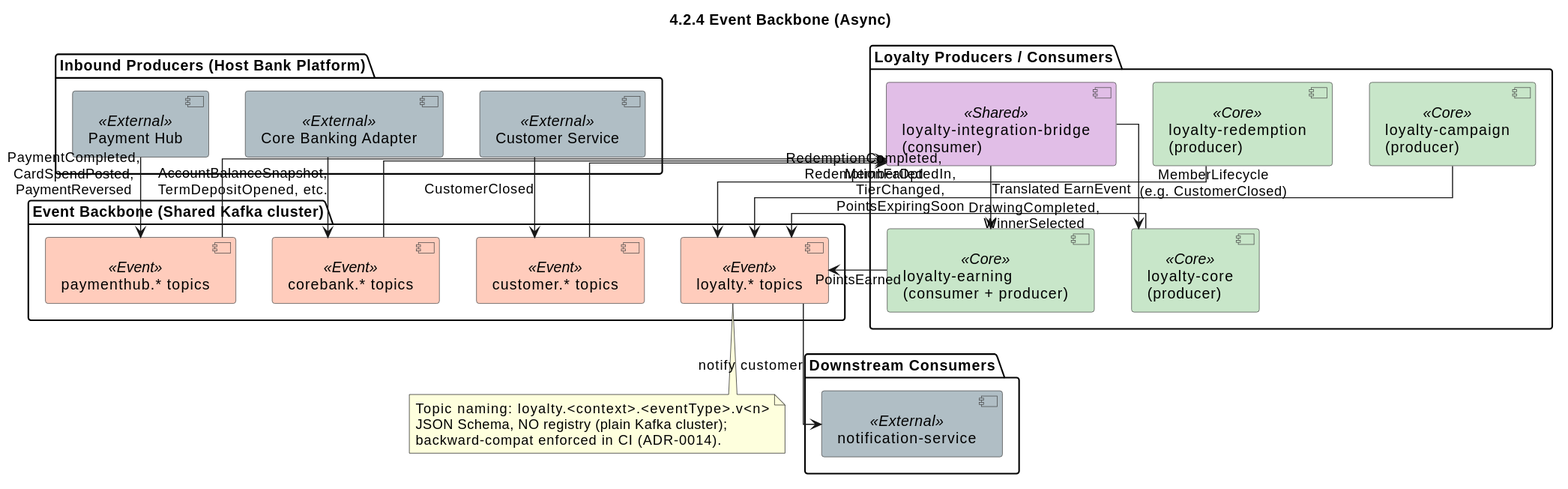
The PlantUML diagram images/LoyaltyEventBackbone.svg in batnam/rochallor-loyalty, before a commit.
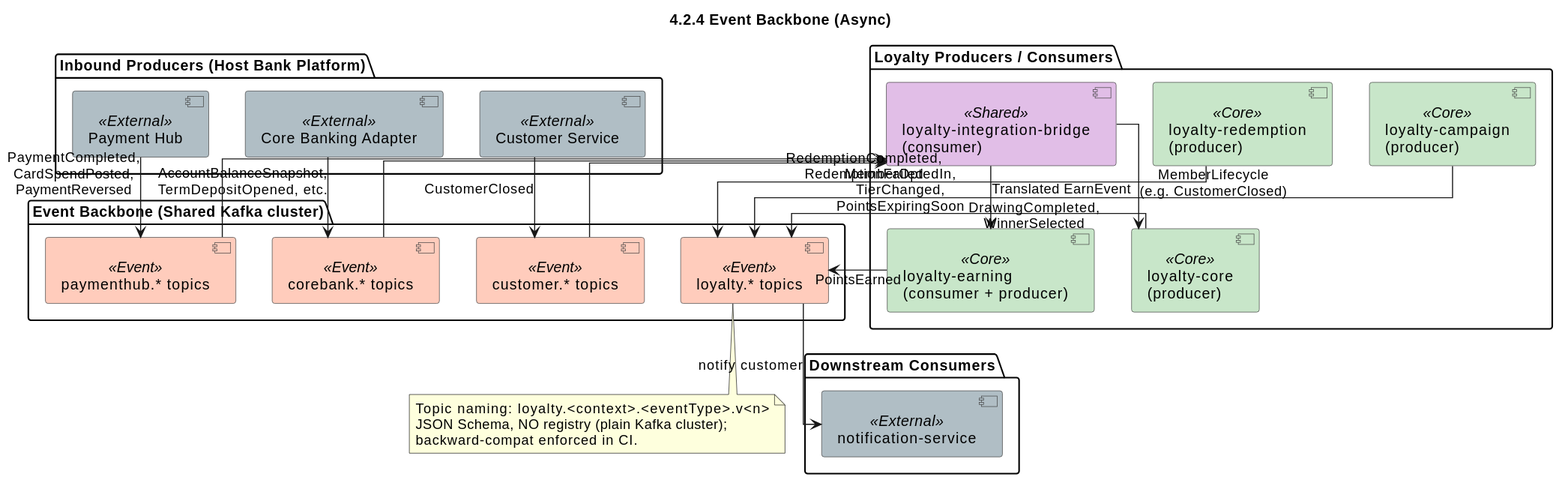
Later version of the same file.

What changed in the source:
```diff
@@ -57,6 +57,6 @@
 note bottom of LoyTopic
   Topic naming: loyalty.<context>.<eventType>.v<n>
   JSON Schema, NO registry (plain Kafka cluster);
-  backward-compat enforced in CI (ADR-0014).
+  backward-compat enforced in CI.
 end note
 @enduml
```
